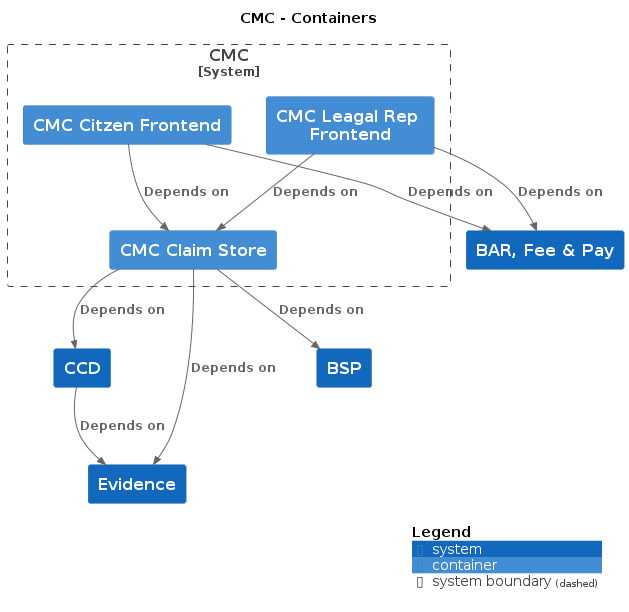
hmcts/cnp-api-docs keeps this PlantUML diagram as docs/c4/cmc/images/structurizr-cmc-overview.png. Above is the earlier version.
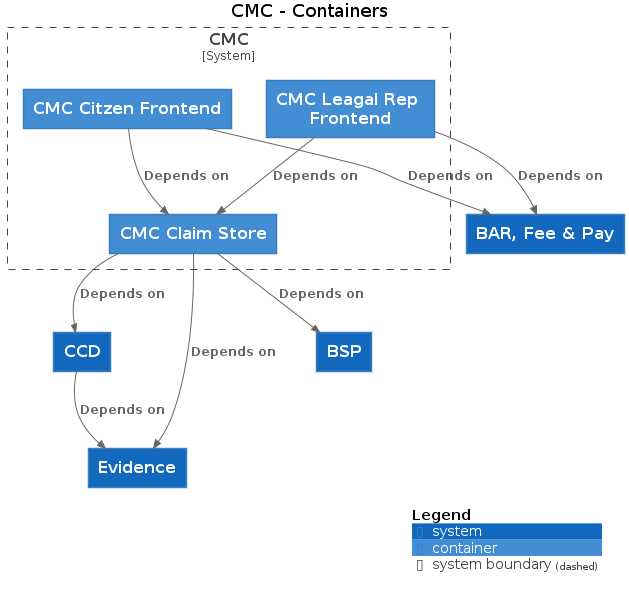
The same file after the commit.

What changed in the source:
```diff
@@ -3,29 +3,29 @@
 
 top to bottom direction
 
-!include https://raw.githubusercontent.com/plantuml-stdlib/C4-PlantUML/master/C4.puml
-!include https://raw.githubusercontent.com/plantuml-stdlib/C4-PlantUML/master/C4_Context.puml
-!include https://raw.githubusercontent.com/plantuml-stdlib/C4-PlantUML/master/C4_Container.puml
+!includeurl https://raw.githubusercontent.com/plantuml-stdlib/C4-PlantUML/master/C4.puml
+!includeurl https://raw.githubusercontent.com/plantuml-stdlib/C4-PlantUML/master/C4_Context.puml
+!includeurl https://raw.githubusercontent.com/plantuml-stdlib/C4-PlantUML/master/C4_Container.puml
 
-System(CCD, "CCD", "", $tags="")
-System(BARFeePay, "BAR, Fee & Pay", "", $tags="")
-System(BSP, "BSP", "", $tags="")
-System(Evidence, "Evidence", "", $tags="")
+System(CCD, "CCD", "")
+System(BARFeePay, "BAR, Fee & Pay", "")
+System(BSP, "BSP", "")
+System(Evidence, "Evidence", "")
 
 System_Boundary("CMC_boundary", "CMC") {
-  Container(CMC.CMCCitzenFrontend, "CMC Citzen Frontend", "", $tags="")
-  Container(CMC.CMCLeagalRepFrontend, "CMC Leagal Rep Frontend", "", $tags="")
-  Container(CMC.CMCClaimStore, "CMC Claim Store", "", $tags="")
+  Container(CMC.CMCCitzenFrontend, "CMC Citzen Frontend", "")
+  Container(CMC.CMCLeagalRepFrontend, "CMC Leagal Rep Frontend", "")
+  Container(CMC.CMCClaimStore, "CMC Claim Store", "")
 }
 
-Rel_D(CCD, Evidence, "Depends on", $tags="")
-Rel_D(CMC.CMCCitzenFrontend, CMC.CMCClaimStore, "Depends on", $tags="")
-Rel_D(CMC.CMCCitzenFrontend, BARFeePay, "Depends on", $tags="")
-Rel_D(CMC.CMCLeagalRepFrontend, CMC.CMCClaimStore, "Depends on", $tags="")
-Rel_D(CMC.CMCLeagalRepFrontend, BARFeePay, "Depends on", $tags="")
-Rel_D(CMC.CMCClaimStore, CCD, "Depends on", $tags="")
-Rel_D(CMC.CMCClaimStore, Evidence, "Depends on", $tags="")
-Rel_D(CMC.CMCClaimStore, BSP, "Depends on", $tags="")
+Rel_D(CCD, Evidence, "Depends on")
+Rel_D(CMC.CMCCitzenFrontend, CMC.CMCClaimStore, "Depends on")
+Rel_D(CMC.CMCCitzenFrontend, BARFeePay, "Depends on")
+Rel_D(CMC.CMCLeagalRepFrontend, CMC.CMCClaimStore, "Depends on")
+Rel_D(CMC.CMCLeagalRepFrontend, BARFeePay, "Depends on")
+Rel_D(CMC.CMCClaimStore, CCD, "Depends on")
+Rel_D(CMC.CMCClaimStore, Evidence, "Depends on")
+Rel_D(CMC.CMCClaimStore, BSP, "Depends on")
 
 SHOW_DYNAMIC_LEGEND()
 @enduml
```
